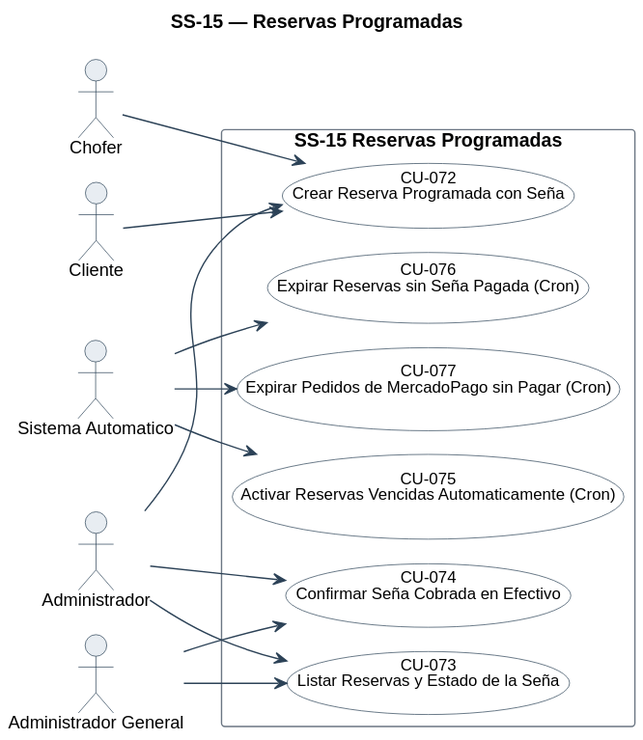
Earlier version of the PlantUML export diagramas/uml/CU_SS-15_Reservas-Programadas.svg (Nahuelito-Dev/splg-docs).
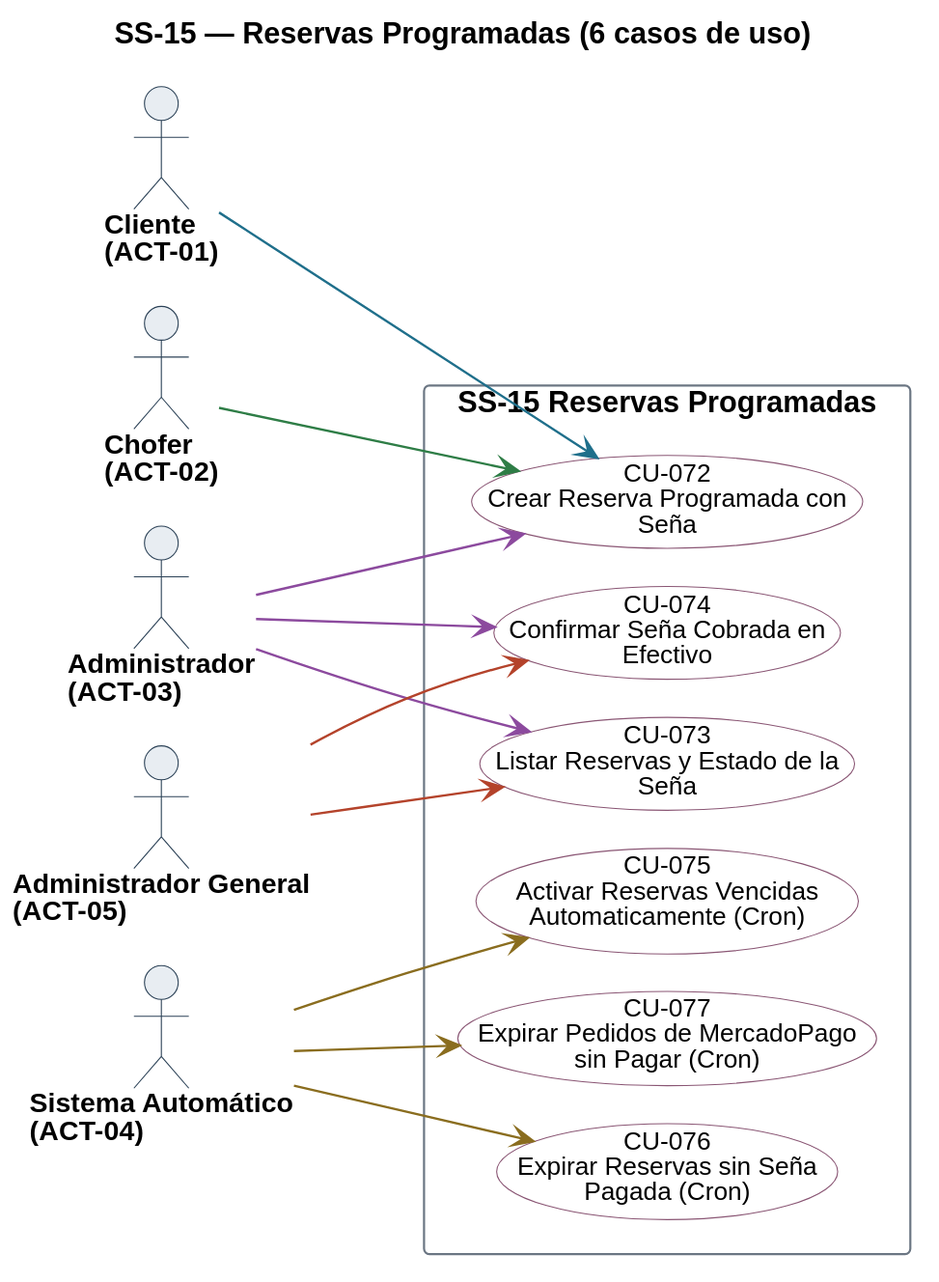
The same file after the commit.

The edit, as a diff of the source:
```diff
@@ -1,22 +1,23 @@
 @startuml
-!pragma layout smetana
-title SS-15 — Reservas Programadas
+title SS-15 — Reservas Programadas (6 casos de uso)
 left to right direction
 skinparam backgroundColor #FFFFFF
 skinparam shadowing false
 skinparam defaultFontName Helvetica
 skinparam defaultFontSize 13
+skinparam dpi 150
 skinparam ArrowColor #2C4257
+skinparam ArrowThickness 1.1
 skinparam actor {
   BorderColor #2C4257
   BackgroundColor #E8EDF2
+  FontSize 13
+  FontStyle bold
 }
 skinparam usecase {
   BorderColor #2C4257
   BackgroundColor #FFFFFF
   FontSize 12
-  BorderColor<<pendiente>> #9C4436
-  BackgroundColor<<pendiente>> #F6E4E1
 }
 skinparam rectangle {
   BorderColor #6B7683
@@ -24,29 +25,36 @@
   FontStyle bold
 }
 
-actor "Cliente" as A1
-actor "Chofer" as A2
-actor "Administrador" as A3
-actor "Sistema Automatico" as A4
-actor "Administrador General" as A5
+skinparam nodesep 18
+skinparam ranksep 70
+skinparam usecase {
+  BorderColor<<pendiente>> #9C4436
+  BackgroundColor<<pendiente>> #F6E4E1
+}
+
+actor "Cliente\n(ACT-01)" as A01
+actor "Chofer\n(ACT-02)" as A02
+actor "Administrador\n(ACT-03)" as A03
+actor "Sistema Automático\n(ACT-04)" as A04
+actor "Administrador General\n(ACT-05)" as A05
 
 rectangle "SS-15 Reservas Programadas" {
-  usecase "CU-072\nCrear Reserva Programada con Seña" as U72
-  usecase "CU-073\nListar Reservas y Estado de la Seña" as U73
-  usecase "CU-074\nConfirmar Seña Cobrada en Efectivo" as U74
-  usecase "CU-075\nActivar Reservas Vencidas Automaticamente (Cron)" as U75
-  usecase "CU-076\nExpirar Reservas sin Seña Pagada (Cron)" as U76
-  usecase "CU-077\nExpirar Pedidos de MercadoPago sin Pagar (Cron)" as U77
+  usecase "CU-072\nCrear Reserva Programada con\nSeña" as U072 #back:FFFFFF;line:8A5674
+  usecase "CU-073\nListar Reservas y Estado de la\nSeña" as U073 #back:FFFFFF;line:8A5674
+  usecase "CU-074\nConfirmar Seña Cobrada en\nEfectivo" as U074 #back:FFFFFF;line:8A5674
+  usecase "CU-075\nActivar Reservas Vencidas\nAutomaticamente (Cron)" as U075 #back:FFFFFF;line:8A5674
+  usecase "CU-076\nExpirar Reservas sin Seña\nPagada (Cron)" as U076 #back:FFFFFF;line:8A5674
+  usecase "CU-077\nExpirar Pedidos de MercadoPago\nsin Pagar (Cron)" as U077 #back:FFFFFF;line:8A5674
 }
 
-A1 --> U72
-A2 --> U72
-A3 --> U72
-A3 --> U73
-A5 --> U73
-A3 --> U74
-A5 --> U74
-A4 --> U75
-A4 --> U76
-A4 --> U77
+A01 -[#1F6F8B]-> U072
+A02 -[#2E7D46]-> U072
+A03 -[#8C4A9E]-> U072
+A03 -[#8C4A9E]-> U073
+A03 -[#8C4A9E]-> U074
+A04 -[#8A6D1F]-> U075
+A04 -[#8A6D1F]-> U076
+A04 -[#8A6D1F]-> U077
+A05 -[#B4432B]-> U073
+A05 -[#B4432B]-> U074
 @enduml
```
